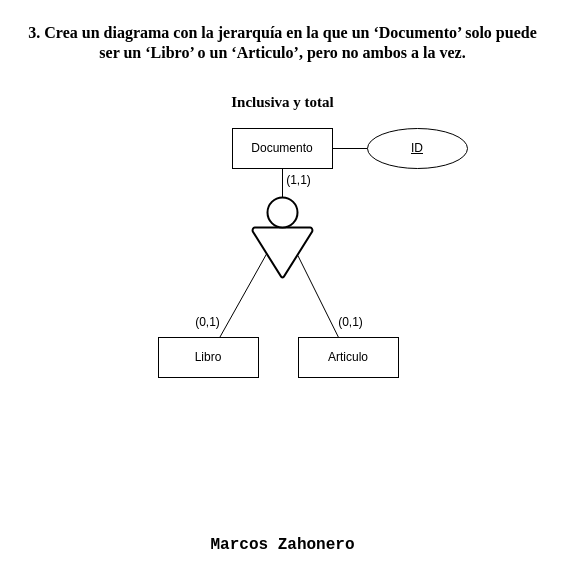
The draw.io diagram page "Ejercicio 3" (2 of 8) of Task5EER_MarcosZahonero.drawio in Maek0s/1DAM_Databases, before the edit. Source tidied: cells renumbered, new cells numbered last; positions are measured from the earlier drawing's top-left corner, leaving out a move shared by most shapes. Both pictures are drawn from the tidied source at 100%, with x=0, y=0 at pixel (17, 17).
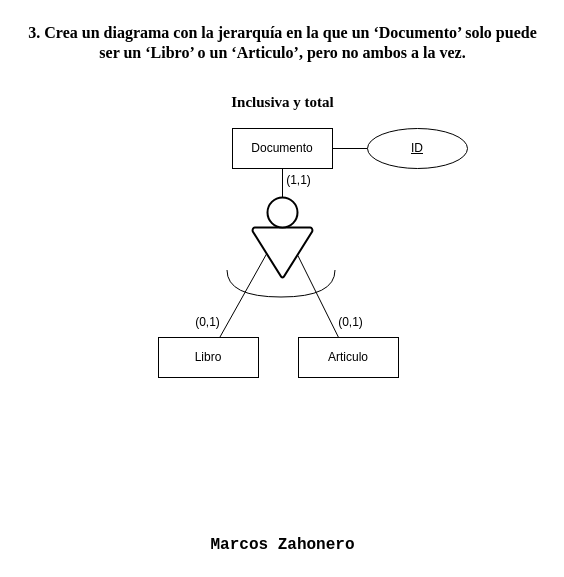
Above is the later version.

The edit, as a diff of the source:
```diff
@@
 <mxGraphModel>
   <root>
     <mxCell id="0" />
     <mxCell id="1" parent="0" />
     <mxCell id="2" value="&lt;font face=&quot;Courier New&quot; style=&quot;font-size: 16px;&quot;&gt;&lt;b&gt;Marcos Zahonero&lt;/b&gt;&lt;/font&gt;" style="text;html=1;align=center;verticalAlign=middle;strokeColor=none;fillColor=none;" parent="1" vertex="1">
       <mxGeometry x="180" y="513" width="170" height="30" as="geometry" />
     </mxCell>
     <mxCell id="3" value="&lt;span style=&quot;font-size: 12pt; font-family: &amp;quot;Times New Roman&amp;quot;, serif; background-color: transparent; text-align: start;&quot;&gt;&lt;b&gt;3. Crea un diagrama con la jerarquía en la que un ‘Documento’ solo puede &lt;br&gt;ser un ‘Libro’ o un ‘Articulo’, pero no ambos a la vez.&lt;/b&gt;&lt;/span&gt;" style="text;html=1;align=center;verticalAlign=middle;strokeColor=none;fillColor=none;" parent="1" vertex="1">
       <mxGeometry width="530" height="50" as="geometry" />
     </mxCell>
     <mxCell id="4" style="edgeStyle=orthogonalEdgeStyle;rounded=0;jettySize=auto;html=1;entryX=0;entryY=0.5;entryDx=0;entryDy=0;endArrow=none;endFill=0;" parent="1" edge="1" source="5" target="17">
       <mxGeometry relative="1" as="geometry" />
     </mxCell>
     <mxCell id="5" value="Documento" style="whiteSpace=wrap;html=1;align=center;" parent="1" vertex="1">
       <mxGeometry x="215" y="111" width="100" height="40" as="geometry" />
     </mxCell>
     <mxCell id="6" value="Libro" style="whiteSpace=wrap;html=1;align=center;" parent="1" vertex="1">
       <mxGeometry x="141" y="320" width="100" height="40" as="geometry" />
     </mxCell>
     <mxCell id="7" style="rounded=0;jettySize=auto;html=1;entryX=0.756;entryY=0.561;entryDx=0;entryDy=0;entryPerimeter=0;endArrow=none;endFill=0;" parent="1" edge="1" source="8" target="9">
       <mxGeometry relative="1" as="geometry" />
     </mxCell>
     <mxCell id="8" value="Articulo" style="whiteSpace=wrap;html=1;align=center;" parent="1" vertex="1">
       <mxGeometry x="281" y="320" width="100" height="40" as="geometry" />
     </mxCell>
     <mxCell id="9" style="strokeWidth=2;html=1;shape=mxgraph.flowchart.merge_or_storage;whiteSpace=wrap;" parent="1" vertex="1">
       <mxGeometry x="235" y="210" width="60" height="50" as="geometry" />
     </mxCell>
     <mxCell id="10" style="strokeWidth=2;html=1;shape=mxgraph.flowchart.start_1;whiteSpace=wrap;" parent="1" vertex="1">
       <mxGeometry x="250" y="180" width="30" height="30" as="geometry" />
     </mxCell>
     <mxCell id="11" style="edgeStyle=orthogonalEdgeStyle;rounded=0;jettySize=auto;html=1;entryX=0.5;entryY=0;entryDx=0;entryDy=0;entryPerimeter=0;endArrow=none;endFill=0;" parent="1" edge="1" source="5" target="10">
       <mxGeometry relative="1" as="geometry" />
     </mxCell>
     <mxCell id="12" style="rounded=0;jettySize=auto;html=1;entryX=0.233;entryY=0.532;entryDx=0;entryDy=0;entryPerimeter=0;endArrow=none;endFill=0;" parent="1" edge="1" source="6" target="9">
       <mxGeometry relative="1" as="geometry" />
     </mxCell>
     <mxCell id="13" value="(1,1)" style="text;html=1;align=center;verticalAlign=middle;strokeColor=none;fillColor=none;" parent="1" vertex="1">
       <mxGeometry x="256" y="148" width="50" height="30" as="geometry" />
     </mxCell>
     <mxCell id="14" value="(0,1)" style="text;html=1;align=center;verticalAlign=middle;strokeColor=none;fillColor=none;" parent="1" vertex="1">
       <mxGeometry x="308" y="290" width="50" height="30" as="geometry" />
     </mxCell>
     <mxCell id="15" value="(0,1)" style="text;html=1;align=center;verticalAlign=middle;strokeColor=none;fillColor=none;" parent="1" vertex="1">
       <mxGeometry x="165" y="290" width="50" height="30" as="geometry" />
     </mxCell>
     <mxCell id="16" value="&lt;b&gt;&lt;font face=&quot;Garamond&quot; style=&quot;font-size: 15px;&quot;&gt;Inclusiva y total&lt;/font&gt;&lt;/b&gt;" style="text;html=1;align=center;verticalAlign=middle;strokeColor=none;fillColor=none;" parent="1" vertex="1">
       <mxGeometry x="200" y="69" width="130" height="30" as="geometry" />
     </mxCell>
     <mxCell id="17" value="ID" style="ellipse;whiteSpace=wrap;html=1;align=center;fontStyle=4;" parent="1" vertex="1">
       <mxGeometry x="350" y="111" width="100" height="40" as="geometry" />
     </mxCell>
+    <mxCell id="18" style="shape=requiredInterface;html=1;verticalLabelPosition=bottom;sketch=0;rotation=90;" parent="1" vertex="1">
+      <mxGeometry x="250" y="212" width="27" height="108" as="geometry" />
+    </mxCell>
   </root>
 </mxGraphModel>
```
